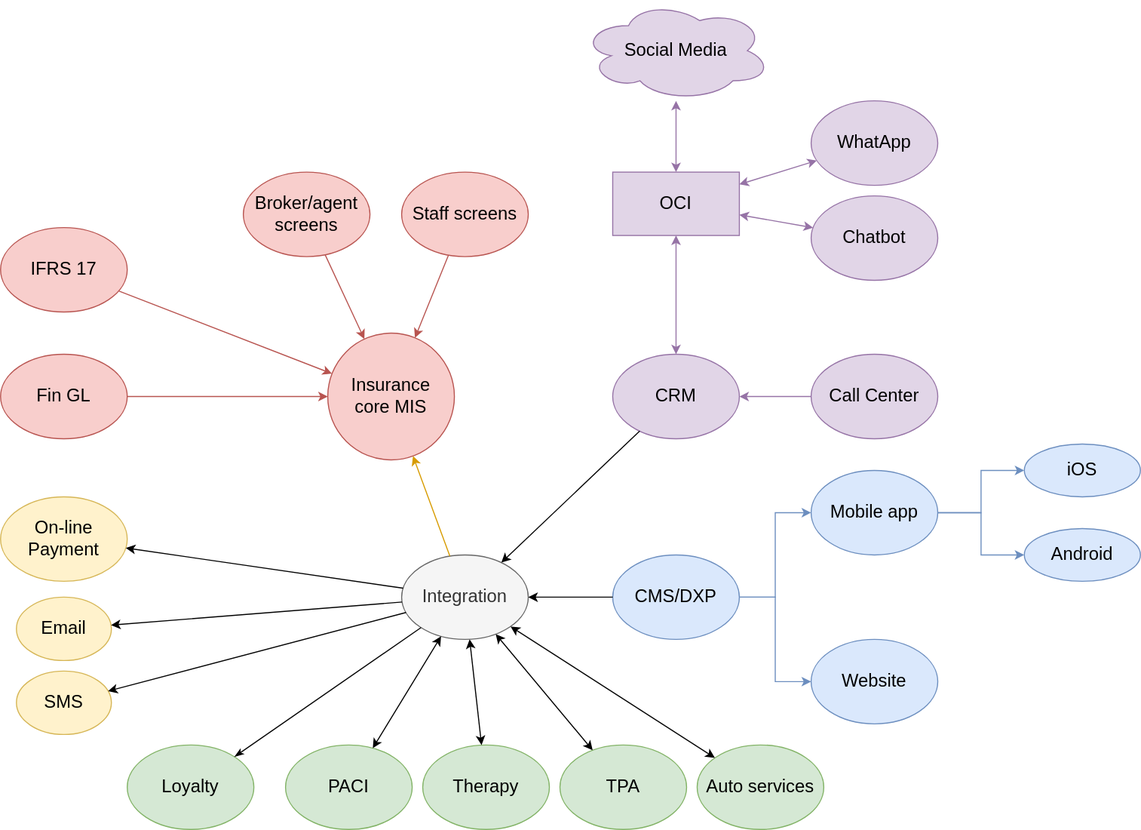
Before: Astra Components(3).drawio.svg, a diagram exported from draw.io (computerchi/athome). Source tidied: cells renumbered, new cells last; positions are measured from the earlier drawing's top-left corner, leaving out a move shared by most shapes.
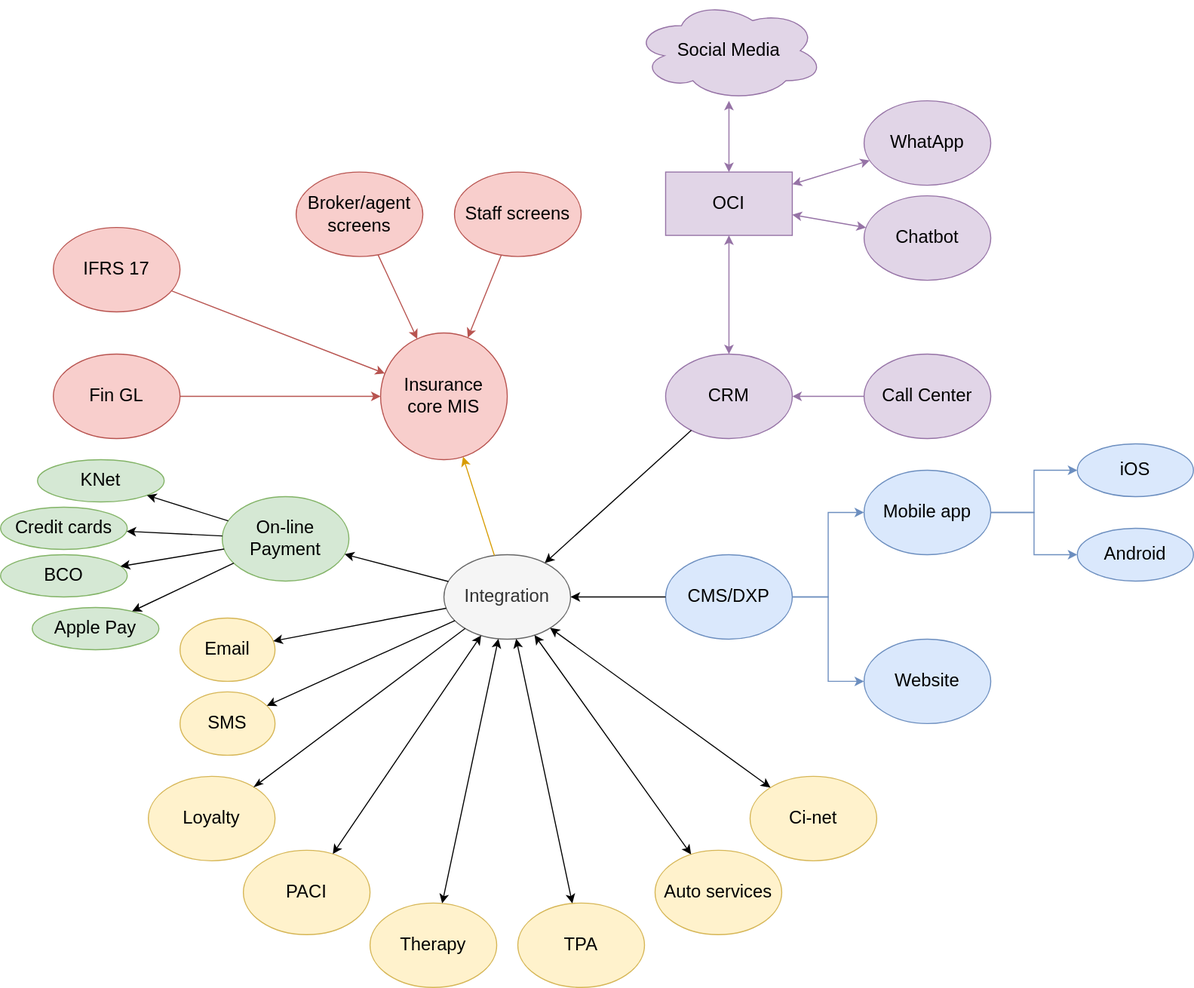
The same file after the commit.

Diff of the diagram source:
```diff
@@ -9,7 +9,7 @@
       <mxGeometry x="310" y="315" width="120" height="120" as="geometry" />
     </mxCell>
     <mxCell id="4" value="Integration" style="ellipse;whiteSpace=wrap;html=1;fillColor=#f5f5f5;strokeColor=#666666;fontSize=17;fontColor=#333333;" parent="1" vertex="1">
-      <mxGeometry x="380" y="525" width="120" height="80" as="geometry" />
+      <mxGeometry x="370" y="525" width="120" height="80" as="geometry" />
     </mxCell>
     <mxCell id="5" value="Fin GL" style="ellipse;whiteSpace=wrap;html=1;fillColor=#f8cecc;strokeColor=#b85450;fontSize=17;" parent="1" vertex="1">
       <mxGeometry y="335" width="120" height="80" as="geometry" />
@@ -65,8 +65,8 @@
     <mxCell id="22" style="endArrow=classic;startArrow=classic;html=1;rounded=0;fillColor=#e1d5e7;strokeColor=#9673a6;fontSize=17;" parent="1" edge="1" source="17" target="21">
       <mxGeometry relative="1" as="geometry" />
     </mxCell>
-    <mxCell id="23" value="Therapy" style="ellipse;whiteSpace=wrap;html=1;fillColor=#d5e8d4;strokeColor=#82b366;fontSize=17;" parent="1" vertex="1">
-      <mxGeometry x="400" y="705" width="120" height="80" as="geometry" />
+    <mxCell id="23" value="Therapy" style="ellipse;whiteSpace=wrap;html=1;fillColor=#fff2cc;strokeColor=#d6b656;fontSize=17;" parent="1" vertex="1">
+      <mxGeometry x="300" y="855" width="120" height="80" as="geometry" />
     </mxCell>
     <mxCell id="24" style="endArrow=classic;html=1;rounded=0;fontSize=17;startArrow=classic;startFill=1;" parent="1" edge="1" source="23" target="4">
       <mxGeometry relative="1" as="geometry" />
@@ -83,20 +83,20 @@
     <mxCell id="28" style="endArrow=classic;html=1;rounded=0;fontSize=17;" parent="1" edge="1" source="27" target="4">
       <mxGeometry relative="1" as="geometry" />
     </mxCell>
-    <mxCell id="29" value="&lt;div&gt;TPA&lt;/div&gt;" style="ellipse;whiteSpace=wrap;html=1;fillColor=#d5e8d4;strokeColor=#82b366;fontSize=17;" parent="1" vertex="1">
-      <mxGeometry x="530" y="705" width="120" height="80" as="geometry" />
+    <mxCell id="29" value="&lt;div&gt;TPA&lt;/div&gt;" style="ellipse;whiteSpace=wrap;html=1;fillColor=#fff2cc;strokeColor=#d6b656;fontSize=17;" parent="1" vertex="1">
+      <mxGeometry x="440" y="855" width="120" height="80" as="geometry" />
     </mxCell>
     <mxCell id="30" style="endArrow=classic;html=1;rounded=0;fontSize=17;startArrow=classic;startFill=1;" parent="1" edge="1" source="29" target="4">
       <mxGeometry relative="1" as="geometry" />
     </mxCell>
-    <mxCell id="31" value="&lt;div style=&quot;font-size: 17px;&quot;&gt;On-line Payment&lt;br style=&quot;font-size: 17px;&quot;&gt;&lt;/div&gt;" style="ellipse;whiteSpace=wrap;html=1;fillColor=#fff2cc;strokeColor=#d6b656;fontSize=17;" parent="1" vertex="1">
-      <mxGeometry y="470" width="120" height="80" as="geometry" />
+    <mxCell id="31" value="&lt;div style=&quot;font-size: 17px;&quot;&gt;On-line Payment&lt;br style=&quot;font-size: 17px;&quot;&gt;&lt;/div&gt;" style="ellipse;whiteSpace=wrap;html=1;fillColor=#d5e8d4;strokeColor=#82b366;fontSize=17;" parent="1" vertex="1">
+      <mxGeometry x="160" y="470" width="120" height="80" as="geometry" />
     </mxCell>
     <mxCell id="32" value="Email" style="ellipse;whiteSpace=wrap;html=1;fillColor=#fff2cc;strokeColor=#d6b656;fontSize=17;" parent="1" vertex="1">
-      <mxGeometry x="15" y="565" width="90" height="60" as="geometry" />
+      <mxGeometry x="120" y="585" width="90" height="60" as="geometry" />
     </mxCell>
     <mxCell id="33" value="SMS" style="ellipse;whiteSpace=wrap;html=1;fillColor=#fff2cc;strokeColor=#d6b656;fontSize=17;" parent="1" vertex="1">
-      <mxGeometry x="15" y="635" width="90" height="60" as="geometry" />
+      <mxGeometry x="120" y="655" width="90" height="60" as="geometry" />
     </mxCell>
     <mxCell id="34" style="endArrow=classic;html=1;rounded=0;fontSize=17;startArrow=none;startFill=0;endFill=1;" parent="1" edge="1" source="4" target="32">
       <mxGeometry relative="1" as="geometry" />
@@ -113,14 +113,14 @@
     <mxCell id="38" style="endArrow=classic;startArrow=classic;html=1;rounded=0;fillColor=#e1d5e7;strokeColor=#9673a6;fontSize=17;" parent="1" edge="1" source="17" target="37">
       <mxGeometry relative="1" as="geometry" />
     </mxCell>
-    <mxCell id="39" value="Loyalty" style="ellipse;whiteSpace=wrap;html=1;fillColor=#d5e8d4;strokeColor=#82b366;fontSize=17;" parent="1" vertex="1">
-      <mxGeometry x="120" y="705" width="120" height="80" as="geometry" />
+    <mxCell id="39" value="Loyalty" style="ellipse;whiteSpace=wrap;html=1;fillColor=#fff2cc;strokeColor=#d6b656;fontSize=17;" parent="1" vertex="1">
+      <mxGeometry x="90" y="735" width="120" height="80" as="geometry" />
     </mxCell>
     <mxCell id="40" style="endArrow=none;html=1;rounded=0;startArrow=classicThin;startFill=1;endFill=0;" parent="1" edge="1" source="39" target="4">
       <mxGeometry relative="1" as="geometry" />
     </mxCell>
-    <mxCell id="41" value="PACI" style="ellipse;whiteSpace=wrap;html=1;fillColor=#d5e8d4;strokeColor=#82b366;fontSize=17;" parent="1" vertex="1">
-      <mxGeometry x="270" y="705" width="120" height="80" as="geometry" />
+    <mxCell id="41" value="PACI" style="ellipse;whiteSpace=wrap;html=1;fillColor=#fff2cc;strokeColor=#d6b656;fontSize=17;" parent="1" vertex="1">
+      <mxGeometry x="180" y="805" width="120" height="80" as="geometry" />
     </mxCell>
     <mxCell id="42" style="endArrow=classic;html=1;rounded=0;startArrow=classic;startFill=1;" parent="1" edge="1" source="41" target="4">
       <mxGeometry relative="1" as="geometry" />
@@ -143,11 +143,41 @@
     <mxCell id="48" value="Android" style="ellipse;whiteSpace=wrap;html=1;fillColor=#dae8fc;strokeColor=#6c8ebf;fontSize=17;" parent="1" vertex="1">
       <mxGeometry x="970" y="500" width="110" height="50" as="geometry" />
     </mxCell>
-    <mxCell id="49" value="Auto services" style="ellipse;whiteSpace=wrap;html=1;fillColor=#d5e8d4;strokeColor=#82b366;fontSize=17;" parent="1" vertex="1">
-      <mxGeometry x="660" y="705" width="120" height="80" as="geometry" />
+    <mxCell id="49" value="Auto services" style="ellipse;whiteSpace=wrap;html=1;fillColor=#fff2cc;strokeColor=#d6b656;fontSize=17;" parent="1" vertex="1">
+      <mxGeometry x="570" y="805" width="120" height="80" as="geometry" />
     </mxCell>
     <mxCell id="50" style="endArrow=classic;html=1;rounded=0;startArrow=classic;startFill=1;" parent="1" edge="1" source="49" target="4">
       <mxGeometry relative="1" as="geometry" />
     </mxCell>
+    <mxCell id="51" value="KNet" style="ellipse;whiteSpace=wrap;html=1;fillColor=#d5e8d4;strokeColor=#82b366;fontSize=17;" parent="1" vertex="1">
+      <mxGeometry x="-15" y="435" width="120" height="40" as="geometry" />
+    </mxCell>
+    <mxCell id="52" style="endArrow=classic;html=1;rounded=0;" parent="1" edge="1" source="31" target="51">
+      <mxGeometry relative="1" as="geometry" />
+    </mxCell>
+    <mxCell id="53" value="Credit cards" style="ellipse;whiteSpace=wrap;html=1;fillColor=#d5e8d4;strokeColor=#82b366;fontSize=17;" parent="1" vertex="1">
+      <mxGeometry x="-50" y="480" width="120" height="40" as="geometry" />
+    </mxCell>
+    <mxCell id="54" style="endArrow=classic;html=1;rounded=0;" parent="1" edge="1" source="31" target="53">
+      <mxGeometry relative="1" as="geometry" />
+    </mxCell>
+    <mxCell id="55" value="BCO" style="ellipse;whiteSpace=wrap;html=1;fillColor=#d5e8d4;strokeColor=#82b366;fontSize=17;" parent="1" vertex="1">
+      <mxGeometry x="-50" y="525" width="120" height="40" as="geometry" />
+    </mxCell>
+    <mxCell id="56" style="endArrow=classic;html=1;rounded=0;" parent="1" edge="1" source="31" target="55">
+      <mxGeometry relative="1" as="geometry" />
+    </mxCell>
+    <mxCell id="57" value="Apple Pay" style="ellipse;whiteSpace=wrap;html=1;fillColor=#d5e8d4;strokeColor=#82b366;fontSize=17;" parent="1" vertex="1">
+      <mxGeometry x="-20" y="575" width="120" height="40" as="geometry" />
+    </mxCell>
+    <mxCell id="58" style="endArrow=classic;html=1;rounded=0;" parent="1" edge="1" source="31" target="57">
+      <mxGeometry relative="1" as="geometry" />
+    </mxCell>
+    <mxCell id="59" value="Ci-net" style="ellipse;whiteSpace=wrap;html=1;fillColor=#fff2cc;strokeColor=#d6b656;fontSize=17;" parent="1" vertex="1">
+      <mxGeometry x="660" y="735" width="120" height="80" as="geometry" />
+    </mxCell>
+    <mxCell id="60" style="endArrow=classic;html=1;rounded=0;fontSize=17;startArrow=classic;startFill=1;" parent="1" edge="1" source="59" target="4">
+      <mxGeometry relative="1" as="geometry" />
+    </mxCell>
   </root>
 </mxGraphModel>
```
